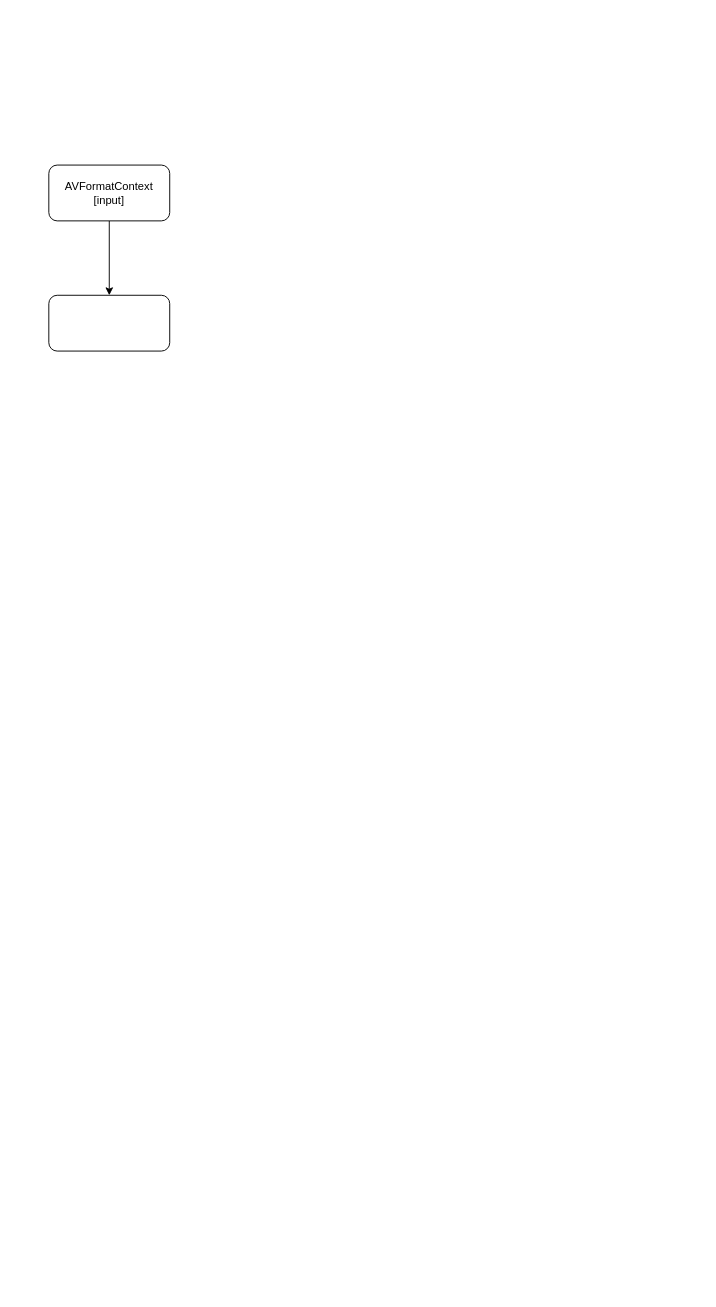
Above: files/audioRecording.drawio in ouyangjunyi/drawio (draw.io), before the change. Source tidied: cells renumbered, new cells numbered last; positions are measured from the earlier drawing's top-left corner, leaving out a move shared by most shapes. Both pictures are drawn from the tidied source at 93%, with x=0, y=0 at pixel (48, 165).
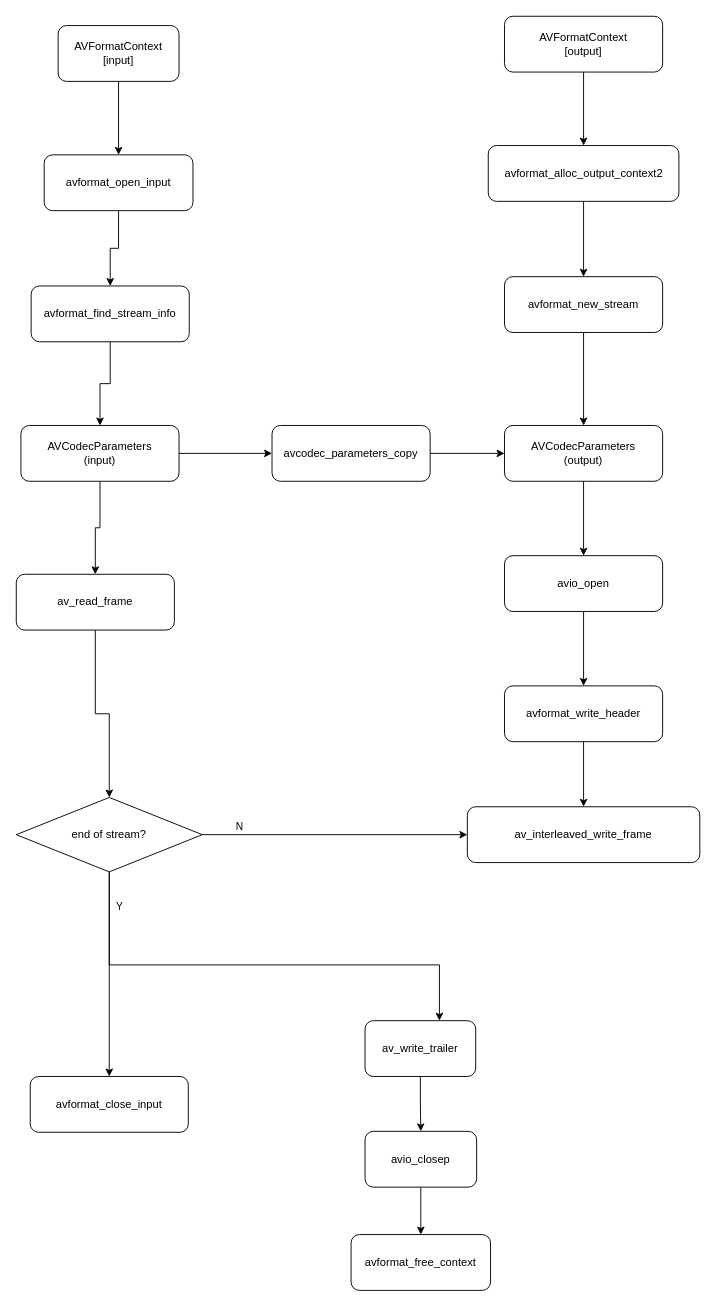
The same diagram, later.

Diff of the diagram source:
```diff
@@
     <mxCell id="3" value="AVFormatContext&lt;br&gt;[input]" style="rounded=1;whiteSpace=wrap;html=1;" parent="1" vertex="1">
-      <mxGeometry width="130" height="60" as="geometry" />
+      <mxGeometry x="10" y="-150" width="130" height="60" as="geometry" />
     </mxCell>
+    <mxCell id="5" style="edgeStyle=orthogonalEdgeStyle;rounded=0;jettySize=auto;html=1;" parent="1" edge="1" source="4" target="7">
+      <mxGeometry relative="1" as="geometry" />
+    </mxCell>
-    <mxCell id="4" value="&lt;br&gt;" style="rounded=1;whiteSpace=wrap;html=1;" parent="1" vertex="1">
-      <mxGeometry y="140" width="130" height="60" as="geometry" />
+    <mxCell id="4" value="avformat_open_input" style="rounded=1;whiteSpace=wrap;html=1;" parent="1" vertex="1">
+      <mxGeometry x="-5" y="-11" width="160" height="60" as="geometry" />
     </mxCell>
+    <mxCell id="6" style="edgeStyle=orthogonalEdgeStyle;rounded=0;jettySize=auto;html=1;" parent="1" edge="1" source="7" target="10">
+      <mxGeometry relative="1" as="geometry" />
+    </mxCell>
+    <mxCell id="7" value="avformat_find_stream_info" style="rounded=1;whiteSpace=wrap;html=1;" parent="1" vertex="1">
+      <mxGeometry x="-19" y="130" width="170" height="60" as="geometry" />
+    </mxCell>
+    <mxCell id="8" style="edgeStyle=orthogonalEdgeStyle;rounded=0;jettySize=auto;html=1;" parent="1" edge="1" source="10" target="12">
+      <mxGeometry relative="1" as="geometry" />
+    </mxCell>
+    <mxCell id="9" style="edgeStyle=orthogonalEdgeStyle;rounded=0;jettySize=auto;html=1;" parent="1" edge="1" source="10" target="27">
+      <mxGeometry relative="1" as="geometry" />
+    </mxCell>
+    <mxCell id="10" value="AVCodecParameters&lt;br&gt;(input)" style="rounded=1;whiteSpace=wrap;html=1;" parent="1" vertex="1">
+      <mxGeometry x="-30" y="280" width="170" height="60" as="geometry" />
+    </mxCell>
+    <mxCell id="11" style="edgeStyle=orthogonalEdgeStyle;rounded=0;jettySize=auto;html=1;" parent="1" edge="1" source="12" target="18">
+      <mxGeometry relative="1" as="geometry" />
+    </mxCell>
+    <mxCell id="12" value="av_read_frame" style="rounded=1;whiteSpace=wrap;html=1;" parent="1" vertex="1">
+      <mxGeometry x="-35" y="440" width="170" height="60" as="geometry" />
+    </mxCell>
+    <mxCell id="13" style="edgeStyle=orthogonalEdgeStyle;rounded=0;jettySize=auto;html=1;" parent="1" edge="1" source="18" target="19">
+      <mxGeometry relative="1" as="geometry" />
+    </mxCell>
+    <mxCell id="14" value="N" style="edgeLabel;html=1;align=center;verticalAlign=middle;" parent="13" vertex="1">
+      <mxGeometry x="-0.74" y="1" relative="1" as="geometry">
+        <mxPoint x="2" y="-9" as="offset" />
+      </mxGeometry>
+    </mxCell>
+    <mxCell id="15" style="edgeStyle=orthogonalEdgeStyle;rounded=0;jettySize=auto;html=1;entryX=0.5;entryY=0;entryDx=0;entryDy=0;" parent="1" edge="1" source="18" target="20">
+      <mxGeometry relative="1" as="geometry" />
+    </mxCell>
+    <mxCell id="16" value="Y" style="edgeLabel;html=1;align=center;verticalAlign=middle;" parent="15" vertex="1">
+      <mxGeometry x="-0.37" y="-1" relative="1" as="geometry">
+        <mxPoint x="11" y="-33" as="offset" />
+      </mxGeometry>
+    </mxCell>
+    <mxCell id="17" style="edgeStyle=orthogonalEdgeStyle;rounded=0;jettySize=auto;html=1;" parent="1" edge="1" source="18" target="24">
+      <mxGeometry relative="1" as="geometry">
+        <Array as="points">
+          <mxPoint x="65" y="860" />
+          <mxPoint x="420" y="860" />
+        </Array>
+      </mxGeometry>
+    </mxCell>
+    <mxCell id="18" value="end of stream?" style="rhombus;whiteSpace=wrap;html=1;" parent="1" vertex="1">
+      <mxGeometry x="-35" y="680" width="200" height="80" as="geometry" />
+    </mxCell>
+    <mxCell id="19" value="av_interleaved_write_frame" style="rounded=1;whiteSpace=wrap;html=1;" parent="1" vertex="1">
+      <mxGeometry x="450" y="690" width="250" height="60" as="geometry" />
+    </mxCell>
+    <mxCell id="20" value="avformat_close_input" style="rounded=1;whiteSpace=wrap;html=1;" parent="1" vertex="1">
+      <mxGeometry x="-20" y="980" width="170" height="60" as="geometry" />
+    </mxCell>
+    <mxCell id="21" style="edgeStyle=orthogonalEdgeStyle;rounded=0;jettySize=auto;html=1;" parent="1" edge="1" source="22" target="25">
+      <mxGeometry relative="1" as="geometry" />
+    </mxCell>
+    <mxCell id="22" value="avio_closep" style="rounded=1;whiteSpace=wrap;html=1;" parent="1" vertex="1">
+      <mxGeometry x="340" y="1039" width="120" height="60" as="geometry" />
+    </mxCell>
+    <mxCell id="23" style="edgeStyle=orthogonalEdgeStyle;rounded=0;jettySize=auto;html=1;" parent="1" edge="1" source="24" target="22">
+      <mxGeometry relative="1" as="geometry" />
+    </mxCell>
+    <mxCell id="24" value="av_write_trailer" style="rounded=1;whiteSpace=wrap;html=1;" parent="1" vertex="1">
+      <mxGeometry x="340" y="920" width="119" height="60" as="geometry" />
+    </mxCell>
+    <mxCell id="25" value="avformat_free_context" style="rounded=1;whiteSpace=wrap;html=1;" parent="1" vertex="1">
+      <mxGeometry x="325" y="1150" width="150" height="60" as="geometry" />
+    </mxCell>
+    <mxCell id="26" style="edgeStyle=orthogonalEdgeStyle;rounded=0;jettySize=auto;html=1;" parent="1" edge="1" source="27" target="29">
+      <mxGeometry relative="1" as="geometry" />
+    </mxCell>
+    <mxCell id="27" value="avcodec_parameters_copy" style="rounded=1;whiteSpace=wrap;html=1;" parent="1" vertex="1">
+      <mxGeometry x="240" y="280" width="170" height="60" as="geometry" />
+    </mxCell>
+    <mxCell id="28" style="edgeStyle=orthogonalEdgeStyle;rounded=0;jettySize=auto;html=1;" parent="1" edge="1" source="29" target="31">
+      <mxGeometry relative="1" as="geometry" />
+    </mxCell>
+    <mxCell id="29" value="AVCodecParameters&lt;br&gt;(output)" style="rounded=1;whiteSpace=wrap;html=1;" parent="1" vertex="1">
+      <mxGeometry x="490" y="280" width="170" height="60" as="geometry" />
+    </mxCell>
+    <mxCell id="30" style="edgeStyle=orthogonalEdgeStyle;rounded=0;jettySize=auto;html=1;" parent="1" edge="1" source="31" target="33">
+      <mxGeometry relative="1" as="geometry" />
+    </mxCell>
+    <mxCell id="31" value="avio_open" style="rounded=1;whiteSpace=wrap;html=1;" parent="1" vertex="1">
+      <mxGeometry x="490" y="420" width="170" height="60" as="geometry" />
+    </mxCell>
+    <mxCell id="32" style="edgeStyle=orthogonalEdgeStyle;rounded=0;jettySize=auto;html=1;" parent="1" edge="1" source="33" target="19">
+      <mxGeometry relative="1" as="geometry" />
+    </mxCell>
+    <mxCell id="33" value="avformat_write_header" style="rounded=1;whiteSpace=wrap;html=1;" parent="1" vertex="1">
+      <mxGeometry x="490" y="560" width="170" height="60" as="geometry" />
+    </mxCell>
+    <mxCell id="34" style="edgeStyle=orthogonalEdgeStyle;rounded=0;jettySize=auto;html=1;" parent="1" edge="1" source="35" target="37">
+      <mxGeometry relative="1" as="geometry" />
+    </mxCell>
+    <mxCell id="35" value="AVFormatContext&lt;br&gt;[output]" style="rounded=1;whiteSpace=wrap;html=1;" parent="1" vertex="1">
+      <mxGeometry x="490" y="-160" width="170" height="60" as="geometry" />
+    </mxCell>
+    <mxCell id="36" style="edgeStyle=orthogonalEdgeStyle;rounded=0;jettySize=auto;html=1;" parent="1" edge="1" source="37" target="39">
+      <mxGeometry relative="1" as="geometry" />
+    </mxCell>
+    <mxCell id="37" value="avformat_alloc_output_context2" style="rounded=1;whiteSpace=wrap;html=1;" parent="1" vertex="1">
+      <mxGeometry x="472.5" y="-21" width="205" height="60" as="geometry" />
+    </mxCell>
+    <mxCell id="38" style="edgeStyle=orthogonalEdgeStyle;rounded=0;jettySize=auto;html=1;" parent="1" edge="1" source="39" target="29">
+      <mxGeometry relative="1" as="geometry" />
+    </mxCell>
+    <mxCell id="39" value="avformat_new_stream" style="rounded=1;whiteSpace=wrap;html=1;" parent="1" vertex="1">
+      <mxGeometry x="490" y="120" width="170" height="60" as="geometry" />
+    </mxCell>
```
